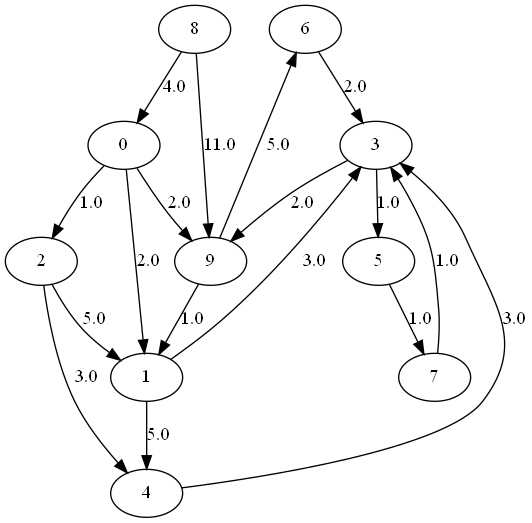
Above: graph_art_drawing_samples/directed_edge_weighted_graph.png in number997/graph_art (Graphviz), before the change. Its source is kept beside it as graph_art_drawing_samples/dot/directed_edge_weighted_graph.dot. The source it was exported from:
```dot
digraph {
    6 -> 3[label=2.0];
    8 -> 0[label=4.0];
    2 -> 1[label=5.0];
    9 -> 6[label=5.0];
    8 -> 9[label=11.0];
    0 -> 9[label=2.0];
    5 -> 7[label=1.0];
    7 -> 3[label=1.0];
    3 -> 9[label=2.0];
    0 -> 2[label=1.0];
    1 -> 4[label=5.0];
    9 -> 1[label=1.0];
    2 -> 4[label=3.0];
    1 -> 3[label=3.0];
    3 -> 5[label=1.0];
    4 -> 3[label=3.0];
    0 -> 1[label=2.0];
}
```
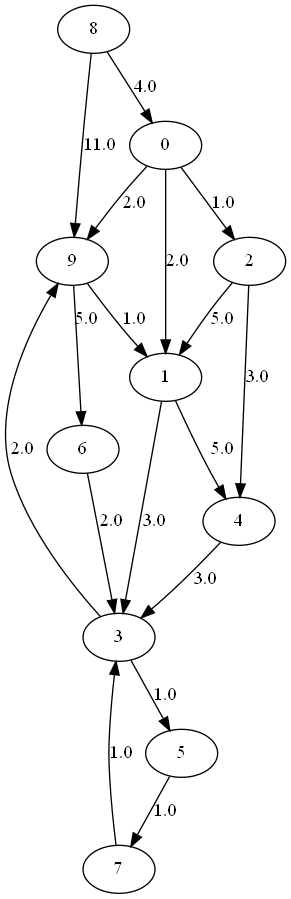
After the change.

Diff of the diagram source:
```diff
@@ -1,19 +1,19 @@
 digraph {
+    9 -> 1[label=1.0];
+    4 -> 3[label=3.0];
     6 -> 3[label=2.0];
+    1 -> 4[label=5.0];
     8 -> 0[label=4.0];
+    7 -> 3[label=1.0];
+    0 -> 2[label=1.0];
+    3 -> 9[label=2.0];
+    5 -> 7[label=1.0];
+    2 -> 4[label=3.0];
+    9 -> 6[label=5.0];
+    0 -> 1[label=2.0];
+    8 -> 9[label=11.0];
+    1 -> 3[label=3.0];
+    0 -> 9[label=2.0];
     2 -> 1[label=5.0];
-    9 -> 6[label=5.0];
-    8 -> 9[label=11.0];
-    0 -> 9[label=2.0];
-    5 -> 7[label=1.0];
-    7 -> 3[label=1.0];
-    3 -> 9[label=2.0];
-    0 -> 2[label=1.0];
-    1 -> 4[label=5.0];
-    9 -> 1[label=1.0];
-    2 -> 4[label=3.0];
-    1 -> 3[label=3.0];
     3 -> 5[label=1.0];
-    4 -> 3[label=3.0];
-    0 -> 1[label=2.0];
 }
```
